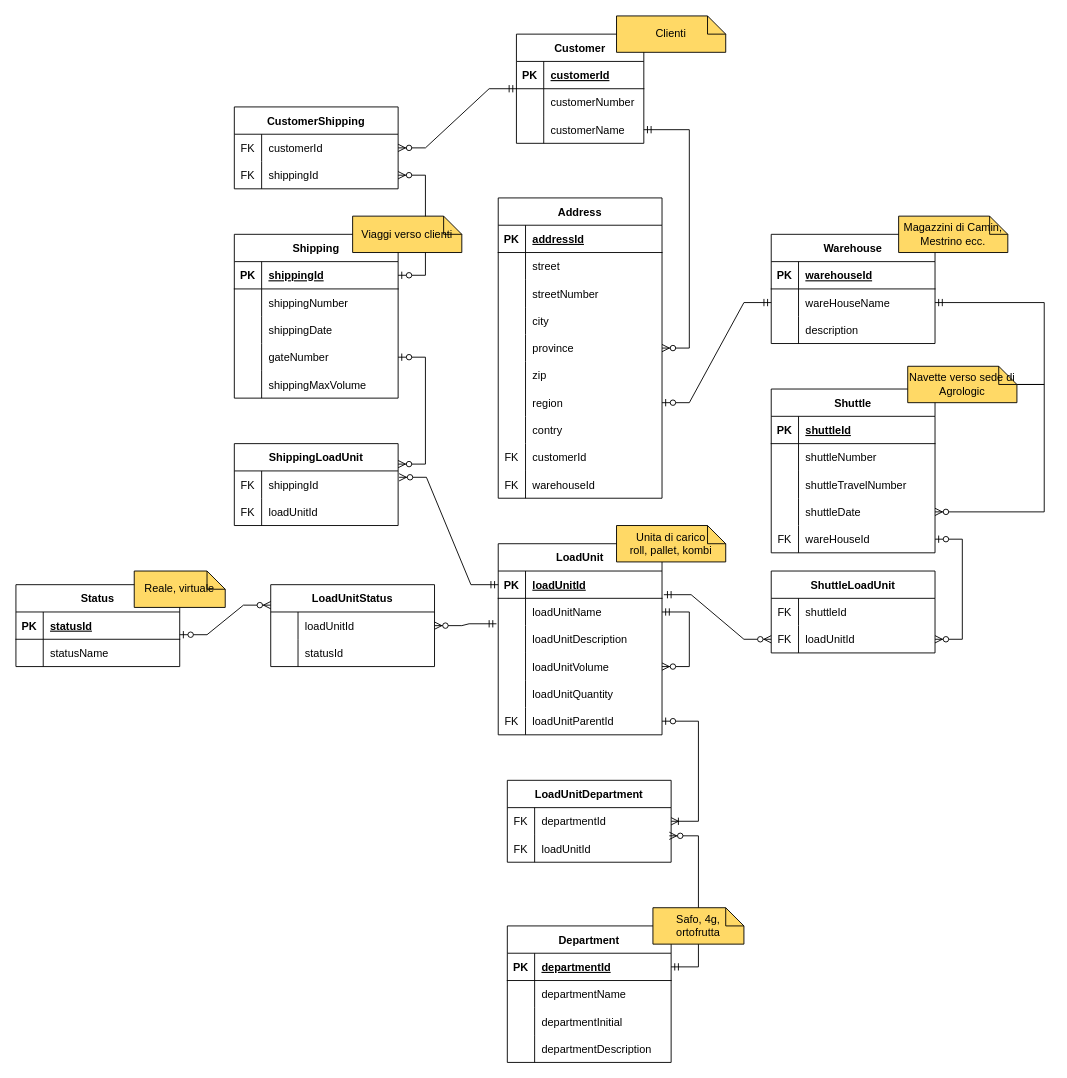
The draw.io diagram arcadia_db.drawio in gh0stb1t-dev/arcadia, before the edit. Source tidied: cells renumbered, new cells numbered last; positions are measured from the earlier drawing's top-left corner, leaving out a move shared by most shapes. Both pictures are drawn from the tidied source at 91%, with x=0, y=0 at pixel (15, 15).
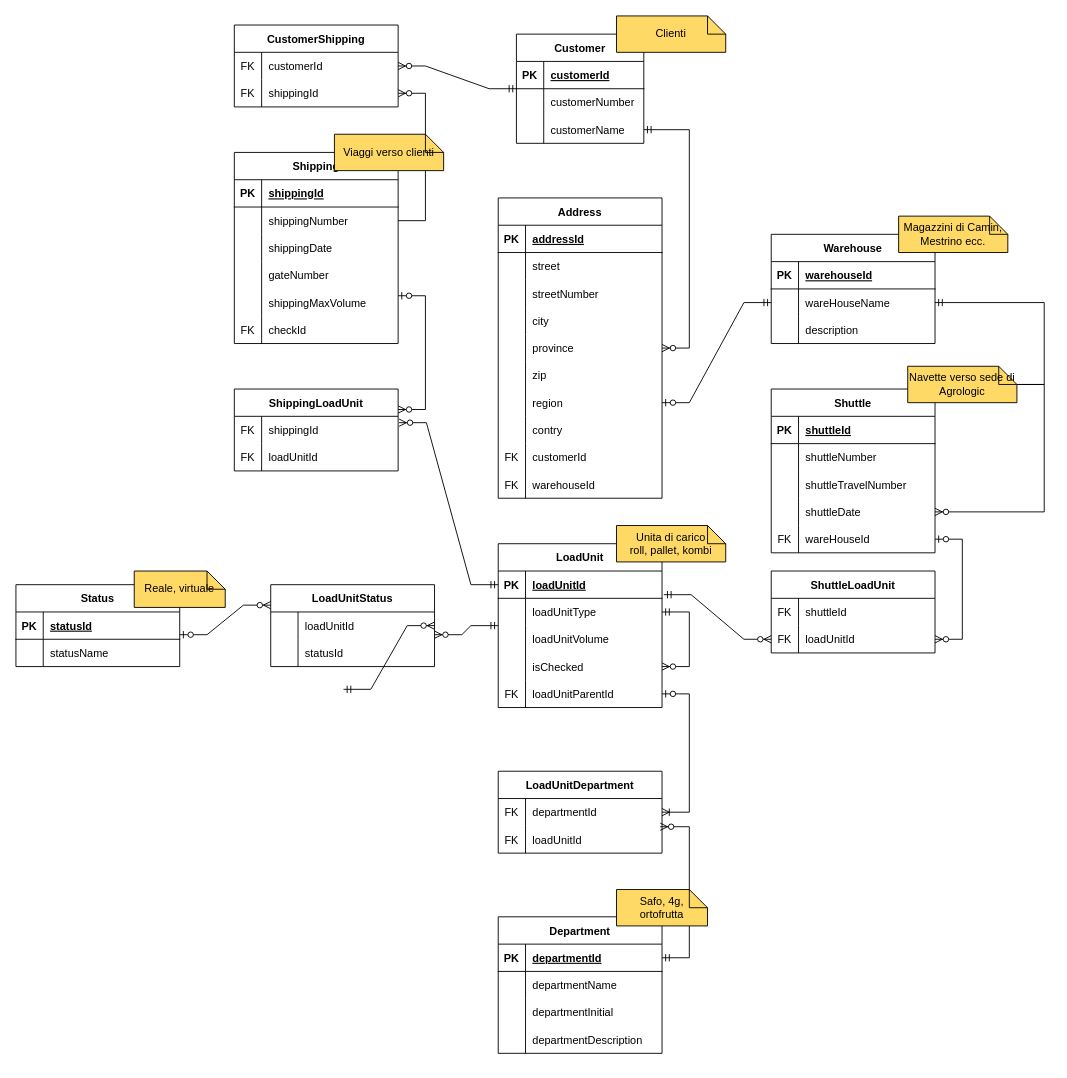
The same page after the edit.

Commit message:
Added isChecked boolean to LoadUnit

The change refers to these unchanged cells:
```xml
<mxCell id="13" style="shape=tableRow;horizontal=0;startSize=0;swimlaneHead=0;swimlaneBody=0;fillColor=none;points=[[0,0.5],[1,0.5]];portConstraint=eastwest;top=0;left=0;right=0;bottom=1;" parent="12" vertex="1">
  <mxGeometry y="30" width="180" height="30" as="geometry" />
</mxCell>
<mxCell id="16" style="shape=tableRow;horizontal=0;startSize=0;swimlaneHead=0;swimlaneBody=0;fillColor=none;points=[[0,0.5],[1,0.5]];portConstraint=eastwest;top=0;left=0;right=0;bottom=0;" parent="12" vertex="1">
  <mxGeometry y="60" width="180" height="30" as="geometry" />
</mxCell>
<mxCell id="32" style="shape=tableRow;horizontal=0;startSize=0;swimlaneHead=0;swimlaneBody=0;fillColor=none;points=[[0,0.5],[1,0.5]];portConstraint=eastwest;top=0;left=0;right=0;bottom=0;" parent="28" vertex="1">
  <mxGeometry y="60" width="180" height="30" as="geometry" />
</mxCell>
<mxCell id="41" style="shape=tableRow;horizontal=0;startSize=0;swimlaneHead=0;swimlaneBody=0;fillColor=none;points=[[0,0.5],[1,0.5]];portConstraint=eastwest;top=0;left=0;right=0;bottom=0;" parent="37" vertex="1">
  <mxGeometry y="60" width="180" height="30" as="geometry" />
</mxCell>
<mxCell id="156" style="shape=tableRow;horizontal=0;startSize=0;swimlaneHead=0;swimlaneBody=0;fillColor=none;points=[[0,0.5],[1,0.5]];portConstraint=eastwest;top=0;left=0;right=0;bottom=0;" parent="155" vertex="1">
  <mxGeometry y="30" width="180" height="30" as="geometry" />
</mxCell>
```

Change to the diagram source:
```diff
@@
     <mxCell id="12" value="Shipping" style="shape=table;startSize=30;childLayout=tableLayout;rowLines=0;fontStyle=1;align=center;" parent="1" vertex="1">
-      <mxGeometry x="240" y="240" width="180" height="180" as="geometry" />
+      <mxGeometry x="240" y="150" width="180" height="210" as="geometry" />
     </mxCell>
@@
+    <mxCell id="181" style="shape=tableRow;horizontal=0;startSize=0;swimlaneHead=0;swimlaneBody=0;fillColor=none;top=0;left=0;right=0;bottom=0;" parent="12" vertex="1">
+      <mxGeometry y="180" width="180" height="30" as="geometry" />
+    </mxCell>
+    <mxCell id="182" value="FK" style="shape=partialRectangle;fillColor=none;top=0;left=0;bottom=0;right=0;overflow=hidden;" parent="181" vertex="1">
+      <mxGeometry width="30" height="30" as="geometry" />
+    </mxCell>
+    <mxCell id="183" value="checkId" style="shape=partialRectangle;fillColor=none;top=0;left=0;bottom=0;right=0;align=left;spacingLeft=6;overflow=hidden;" parent="181" vertex="1">
+      <mxGeometry x="30" width="150" height="30" as="geometry" />
+    </mxCell>
     <mxCell id="28" value="CustomerShipping" style="shape=table;startSize=30;childLayout=tableLayout;rowLines=0;fontStyle=1;align=center;" parent="1" vertex="1">
-      <mxGeometry x="240" y="100" width="180" height="90" as="geometry" />
+      <mxGeometry x="240" y="10" width="180" height="90" as="geometry" />
     </mxCell>
@@
-    <mxCell id="35" style="edgeStyle=entityRelationEdgeStyle;fontSize=12;html=1;endArrow=ERzeroToMany;startArrow=ERzeroToOne;rounded=0;" parent="1" edge="1" source="13" target="32">
+    <mxCell id="35" style="edgeStyle=entityRelationEdgeStyle;fontSize=12;html=1;endArrow=ERzeroToMany;startArrow=none;rounded=0;exitX=1;exitY=0.5;exitDx=0;exitDy=0;" parent="1" edge="1" source="16" target="32">
       <mxGeometry relative="1" as="geometry" />
     </mxCell>
@@
     <mxCell id="37" value="LoadUnit" style="shape=table;startSize=30;childLayout=tableLayout;rowLines=0;fontStyle=1;align=center;" parent="1" vertex="1">
-      <mxGeometry x="530" y="580" width="180" height="210" as="geometry" />
+      <mxGeometry x="530" y="580" width="180" height="180" as="geometry" />
     </mxCell>
@@
-    <mxCell id="43" value="loadUnitName" style="shape=partialRectangle;fillColor=none;top=0;left=0;bottom=0;right=0;align=left;spacingLeft=6;overflow=hidden;" parent="41" vertex="1">
+    <mxCell id="43" value="loadUnitType" style="shape=partialRectangle;fillColor=none;top=0;left=0;bottom=0;right=0;align=left;spacingLeft=6;overflow=hidden;" parent="41" vertex="1">
       <mxGeometry x="30" width="150" height="30" as="geometry" />
     </mxCell>
-    <mxCell id="44" style="shape=tableRow;horizontal=0;startSize=0;swimlaneHead=0;swimlaneBody=0;fillColor=none;points=[[0,0.5],[1,0.5]];portConstraint=eastwest;top=0;left=0;right=0;bottom=0;" parent="37" vertex="1">
-      <mxGeometry y="90" width="180" height="30" as="geometry" />
-    </mxCell>
-    <mxCell id="45" style="shape=partialRectangle;fillColor=none;top=0;left=0;bottom=0;right=0;overflow=hidden;" parent="44" vertex="1">
-      <mxGeometry width="30" height="30" as="geometry" />
-    </mxCell>
-    <mxCell id="46" value="loadUnitDescription" style="shape=partialRectangle;fillColor=none;top=0;left=0;bottom=0;right=0;align=left;spacingLeft=6;overflow=hidden;" parent="44" vertex="1">
-      <mxGeometry x="30" width="150" height="30" as="geometry" />
-    </mxCell>
     <mxCell id="47" style="shape=tableRow;horizontal=0;startSize=0;swimlaneHead=0;swimlaneBody=0;fillColor=none;points=[[0,0.5],[1,0.5]];portConstraint=eastwest;top=0;left=0;right=0;bottom=0;" parent="37" vertex="1">
-      <mxGeometry y="120" width="180" height="30" as="geometry" />
+      <mxGeometry y="90" width="180" height="30" as="geometry" />
     </mxCell>
@@
-    <mxCell id="50" style="shape=tableRow;horizontal=0;startSize=0;swimlaneHead=0;swimlaneBody=0;fillColor=none;top=0;left=0;right=0;bottom=0;" parent="37" vertex="1">
-      <mxGeometry y="150" width="180" height="30" as="geometry" />
-    </mxCell>
-    <mxCell id="51" style="shape=partialRectangle;fillColor=none;top=0;left=0;bottom=0;right=0;overflow=hidden;" parent="50" vertex="1">
-      <mxGeometry width="30" height="30" as="geometry" />
-    </mxCell>
-    <mxCell id="52" value="loadUnitQuantity" style="shape=partialRectangle;fillColor=none;top=0;left=0;bottom=0;right=0;align=left;spacingLeft=6;overflow=hidden;" parent="50" vertex="1">
-      <mxGeometry x="30" width="150" height="30" as="geometry" />
-    </mxCell>
+    <mxCell id="184" style="shape=tableRow;horizontal=0;startSize=0;swimlaneHead=0;swimlaneBody=0;fillColor=none;points=[[0,0.5],[1,0.5]];portConstraint=eastwest;top=0;left=0;right=0;bottom=0;" parent="37" vertex="1">
+      <mxGeometry y="120" width="180" height="30" as="geometry" />
+    </mxCell>
+    <mxCell id="185" style="shape=partialRectangle;fillColor=none;top=0;left=0;bottom=0;right=0;overflow=hidden;" parent="184" vertex="1">
+      <mxGeometry width="30" height="30" as="geometry" />
+    </mxCell>
+    <mxCell id="186" value="isChecked" style="shape=partialRectangle;fillColor=none;top=0;left=0;bottom=0;right=0;align=left;spacingLeft=6;overflow=hidden;" parent="184" vertex="1">
+      <mxGeometry x="30" width="150" height="30" as="geometry" />
+    </mxCell>
     <mxCell id="53" style="shape=tableRow;horizontal=0;startSize=0;swimlaneHead=0;swimlaneBody=0;fillColor=none;points=[[0,0.5],[1,0.5]];portConstraint=eastwest;top=0;left=0;right=0;bottom=0;" parent="37" vertex="1">
-      <mxGeometry y="180" width="180" height="30" as="geometry" />
+      <mxGeometry y="150" width="180" height="30" as="geometry" />
     </mxCell>
@@
-    <mxCell id="56" style="edgeStyle=entityRelationEdgeStyle;fontSize=12;html=1;endArrow=ERzeroToMany;startArrow=ERmandOne;rounded=0;exitX=1;exitY=0.5;exitDx=0;exitDy=0;entryX=1;entryY=0.5;entryDx=0;entryDy=0;" parent="37" edge="1" source="41" target="47">
+    <mxCell id="56" style="edgeStyle=entityRelationEdgeStyle;fontSize=12;html=1;endArrow=ERzeroToMany;startArrow=ERmandOne;rounded=0;exitX=1;exitY=0.5;exitDx=0;exitDy=0;entryX=1;entryY=0.5;entryDx=0;entryDy=0;" parent="37" edge="1" source="41" target="184">
       <mxGeometry relative="1" as="geometry" />
     </mxCell>
     <mxCell id="57" value="ShippingLoadUnit" style="shape=table;startSize=30;childLayout=tableLayout;rowLines=0;fontStyle=1;align=center;" parent="1" vertex="1">
-      <mxGeometry x="240" y="470" width="180" height="90" as="geometry" />
+      <mxGeometry x="240" y="410" width="180" height="90" as="geometry" />
     </mxCell>
@@
     <mxCell id="126" value="Department" style="shape=table;startSize=30;childLayout=tableLayout;rowLines=0;fontStyle=1;align=center;" parent="1" vertex="1">
-      <mxGeometry x="540" y="1000" width="180" height="150" as="geometry" />
+      <mxGeometry x="530" y="990" width="180" height="150" as="geometry" />
     </mxCell>
@@
     <mxCell id="139" value="LoadUnitDepartment" style="shape=table;startSize=30;childLayout=tableLayout;rowLines=0;fontStyle=1;align=center;" parent="1" vertex="1">
-      <mxGeometry x="540" y="840" width="180" height="90" as="geometry" />
+      <mxGeometry x="530" y="830" width="180" height="90" as="geometry" />
     </mxCell>
@@
-    <mxCell id="163" style="edgeStyle=entityRelationEdgeStyle;fontSize=12;html=1;endArrow=ERzeroToMany;startArrow=ERmandOne;rounded=0;exitX=-0.011;exitY=-0.067;exitDx=0;exitDy=0;exitPerimeter=0;entryX=1;entryY=0.5;entryDx=0;entryDy=0;" parent="1" edge="1" source="44" target="156">
-      <mxGeometry relative="1" as="geometry" />
+    <mxCell id="163" style="edgeStyle=entityRelationEdgeStyle;fontSize=12;html=1;endArrow=ERzeroToMany;startArrow=ERmandOne;rounded=0;exitX=-0.011;exitY=-0.067;exitDx=0;exitDy=0;exitPerimeter=0;entryX=1;entryY=0.5;entryDx=0;entryDy=0;" parent="1" edge="1" target="156">
+      <mxGeometry relative="1" as="geometry">
+        <mxPoint x="360" y="740" as="sourcePoint" />
+      </mxGeometry>
     </mxCell>
@@
     <mxCell id="174" value="Safo, 4g, ortofrutta" style="shape=note;size=20;whiteSpace=wrap;html=1;fillColor=#FFD966;" parent="1" vertex="1">
-      <mxGeometry x="700" y="980" width="100" height="40" as="geometry" />
+      <mxGeometry x="660" y="960" width="100" height="40" as="geometry" />
     </mxCell>
@@
-    <mxCell id="176" value="Viaggi verso clienti" style="shape=note;size=20;whiteSpace=wrap;html=1;fillColor=#FFD966;" parent="1" vertex="1">
-      <mxGeometry x="370" y="220" width="120" height="40" as="geometry" />
-    </mxCell>
@@
+    <mxCell id="176" value="Viaggi verso clienti" style="shape=note;size=20;whiteSpace=wrap;html=1;fillColor=#FFD966;" parent="1" vertex="1">
+      <mxGeometry x="350" y="130" width="120" height="40" as="geometry" />
+    </mxCell>
+    <mxCell id="187" style="edgeStyle=entityRelationEdgeStyle;fontSize=12;html=1;endArrow=ERzeroToMany;startArrow=ERmandOne;rounded=0;exitX=0;exitY=0;exitDx=0;exitDy=0;exitPerimeter=0;entryX=1;entryY=0.833;entryDx=0;entryDy=0;entryPerimeter=0;" parent="1" edge="1" source="47" target="156">
+      <mxGeometry relative="1" as="geometry" />
+    </mxCell>
```
